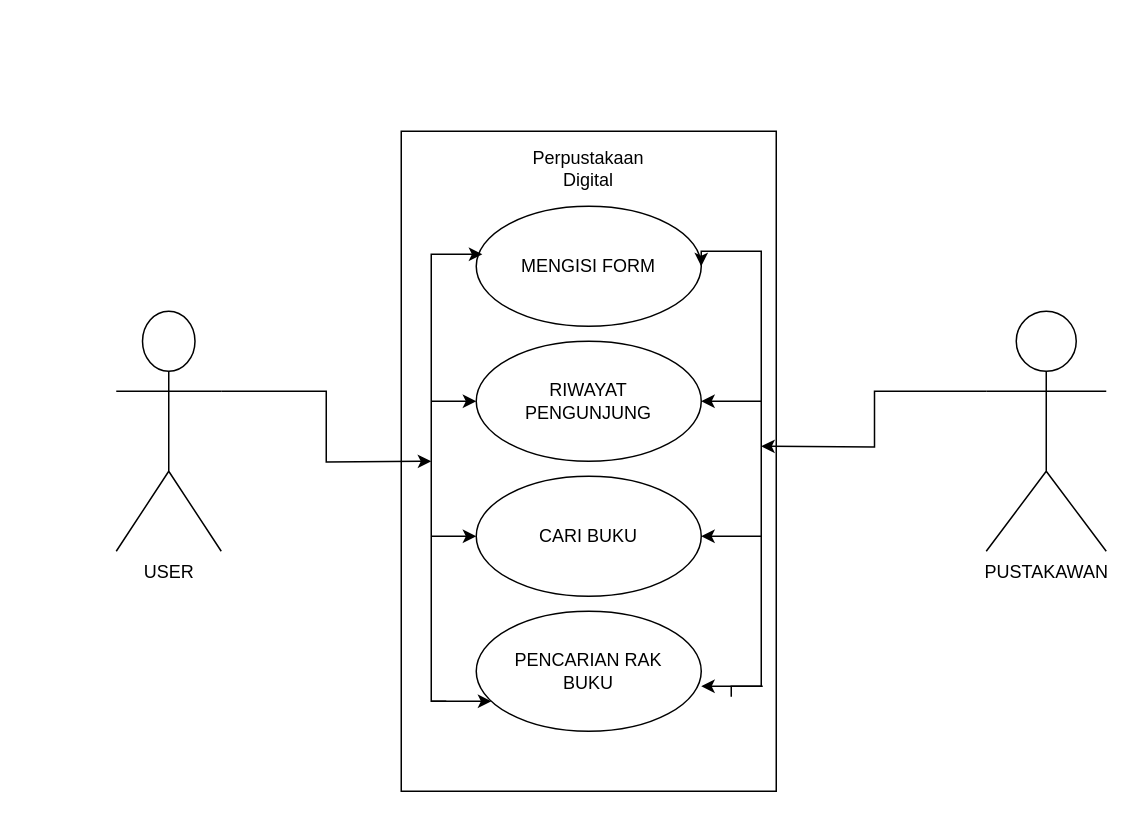
This is Untitled Diagram.drawio from Salsashoupizahra/use-case-perpus-digital, a draw.io file, before an edit. Source tidied: cells renumbered, new cells numbered last; positions are measured from the earlier drawing's top-left corner, leaving out a move shared by most shapes. Both pictures are drawn from the tidied source at 150%, with x=0, y=0 at pixel (116, 130).
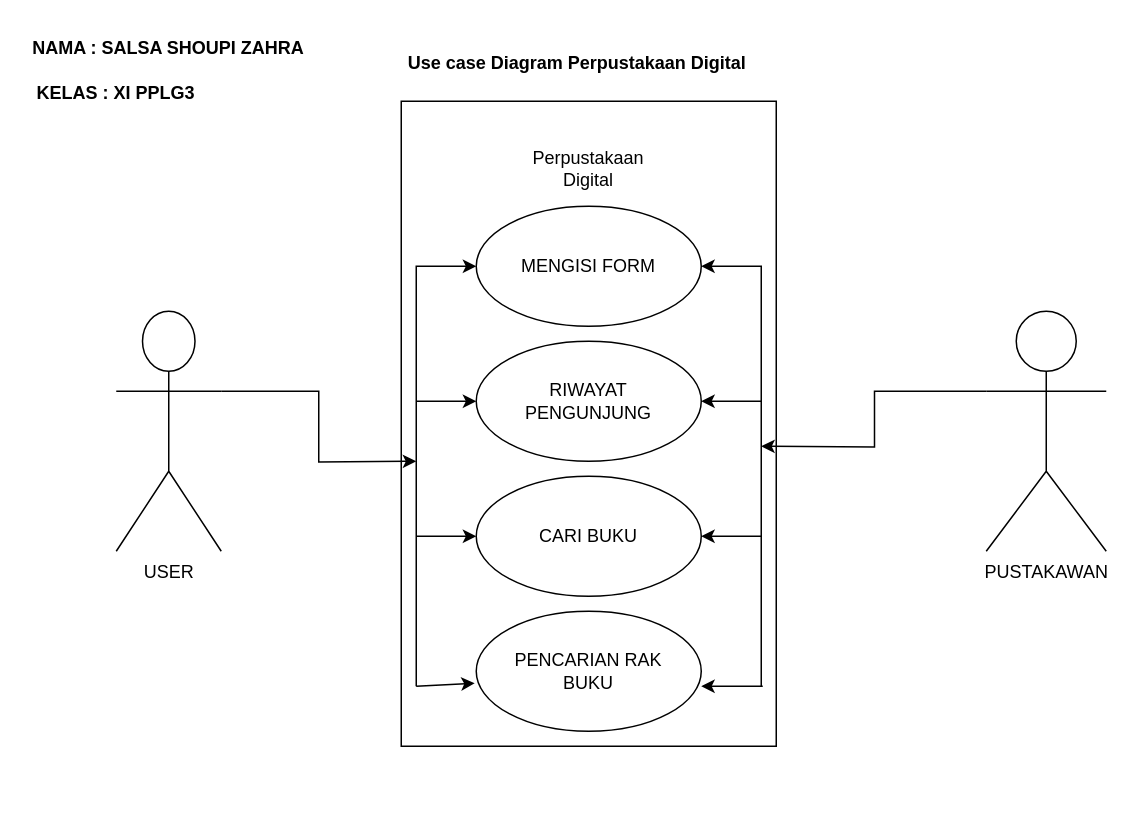
After the change.

Unchanged cells that the change refers to:
```xml
<mxCell id="4" style="ellipse;whiteSpace=wrap;html=1;" parent="1" vertex="1">
  <mxGeometry x="240" y="50" width="150" height="80" as="geometry" />
</mxCell>
<mxCell id="5" style="ellipse;whiteSpace=wrap;html=1;" parent="1" vertex="1">
  <mxGeometry x="240" y="140" width="150" height="80" as="geometry" />
</mxCell>
<mxCell id="6" style="ellipse;whiteSpace=wrap;html=1;" parent="1" vertex="1">
  <mxGeometry x="240" y="230" width="150" height="80" as="geometry" />
</mxCell>
<mxCell id="7" style="ellipse;whiteSpace=wrap;html=1;" parent="1" vertex="1">
  <mxGeometry x="240" y="320" width="150" height="80" as="geometry" />
</mxCell>
<mxCell id="14" value="USER" style="shape=umlActor;verticalLabelPosition=bottom;verticalAlign=top;html=1;outlineConnect=0;" parent="1" vertex="1">
  <mxGeometry y="120" width="70" height="160" as="geometry" />
</mxCell>
```

Diff of the diagram source:
```diff
@@
     <mxCell id="2" style="rounded=0;whiteSpace=wrap;html=1;" parent="1" vertex="1">
-      <mxGeometry x="190" width="250" height="440" as="geometry" />
+      <mxGeometry x="190" y="-20" width="250" height="430" as="geometry" />
     </mxCell>
@@
-    <mxCell id="12" style="endArrow=none;html=1;rounded=0;" parent="1" edge="1" source="2">
-      <mxGeometry relative="1" as="geometry">
-        <mxPoint x="440" y="240" as="targetPoint" />
-      </mxGeometry>
-    </mxCell>
     <mxCell id="13" style="edgeStyle=orthogonalEdgeStyle;rounded=0;jettySize=auto;html=1;exitX=1;exitY=0.3333333333333333;exitDx=0;exitDy=0;exitPerimeter=0;" parent="1" edge="1" source="14">
       <mxGeometry relative="1" as="geometry">
-        <mxPoint x="210" y="220" as="targetPoint" />
+        <mxPoint x="200" y="220" as="targetPoint" />
       </mxGeometry>
     </mxCell>
@@
-    <mxCell id="17" style="edgeStyle=orthogonalEdgeStyle;rounded=0;jettySize=auto;html=1;entryX=0.027;entryY=0.4;entryDx=0;entryDy=0;entryPerimeter=0;" parent="1" edge="1" target="4">
-      <mxGeometry relative="1" as="geometry">
-        <mxPoint x="210" y="380" as="sourcePoint" />
-        <Array as="points">
-          <mxPoint x="220" y="380" />
-          <mxPoint x="210" y="380" />
-          <mxPoint x="210" y="82" />
-        </Array>
-      </mxGeometry>
-    </mxCell>
-    <mxCell id="18" style="endArrow=classic;html=1;rounded=0;entryX=0.067;entryY=0.75;entryDx=0;entryDy=0;entryPerimeter=0;" parent="1" edge="1" target="7">
-      <mxGeometry relative="1" as="geometry">
-        <mxPoint x="210" y="380" as="sourcePoint" />
-        <Array as="points">
-          <mxPoint x="240" y="380" />
-        </Array>
-      </mxGeometry>
-    </mxCell>
-    <mxCell id="19" style="edgeStyle=orthogonalEdgeStyle;rounded=0;jettySize=auto;html=1;entryX=1;entryY=0.5;entryDx=0;entryDy=0;exitX=0.88;exitY=0.857;exitDx=0;exitDy=0;exitPerimeter=0;" parent="1" edge="1" source="2" target="4">
+    <mxCell id="19" style="edgeStyle=orthogonalEdgeStyle;rounded=0;jettySize=auto;html=1;entryX=1;entryY=0.5;entryDx=0;entryDy=0;" parent="1" edge="1" target="4">
       <mxGeometry relative="1" as="geometry">
+        <mxPoint x="430" y="370" as="sourcePoint" />
         <Array as="points">
-          <mxPoint x="430" y="370" />
-          <mxPoint x="430" y="80" />
-          <mxPoint x="390" y="80" />
+          <mxPoint x="430" y="90" />
         </Array>
       </mxGeometry>
     </mxCell>
     <mxCell id="20" style="endArrow=classic;html=1;rounded=0;entryX=0.993;entryY=0.313;entryDx=0;entryDy=0;entryPerimeter=0;elbow=vertical;" parent="1" edge="1">
       <mxGeometry relative="1" as="geometry">
         <mxPoint x="431" y="370" as="sourcePoint" />
         <mxPoint x="390" y="370" as="targetPoint" />
         <Array as="points">
           <mxPoint x="431" y="370" />
-          <mxPoint x="420" y="370" />
         </Array>
       </mxGeometry>
     </mxCell>
-    <mxCell id="21" style="endArrow=classic;html=1;rounded=0;" parent="1" edge="1">
-      <mxGeometry relative="1" as="geometry">
-        <mxPoint x="210" y="180" as="sourcePoint" />
-        <mxPoint x="240" y="180" as="targetPoint" />
-      </mxGeometry>
-    </mxCell>
-    <mxCell id="22" style="endArrow=classic;html=1;rounded=0;entryX=0;entryY=0.5;entryDx=0;entryDy=0;" parent="1" edge="1" target="6">
-      <mxGeometry relative="1" as="geometry">
-        <mxPoint x="210" y="270" as="sourcePoint" />
-      </mxGeometry>
-    </mxCell>
@@
+    <mxCell id="25" value="NAMA : SALSA SHOUPI ZAHRA" style="text;html=1;strokeColor=none;fillColor=none;align=center;verticalAlign=middle;whiteSpace=wrap;rounded=0;fontStyle=1;" parent="1" vertex="1">
+      <mxGeometry x="-60" y="-70" width="190" height="30" as="geometry" />
+    </mxCell>
+    <mxCell id="26" value="KELAS : XI PPLG3" style="text;html=1;strokeColor=none;fillColor=none;align=center;verticalAlign=middle;whiteSpace=wrap;rounded=0;fontStyle=1;" parent="1" vertex="1">
+      <mxGeometry x="-60" y="-40" width="120" height="30" as="geometry" />
+    </mxCell>
+    <mxCell id="27" value="Use case Diagram Perpustakaan Digital" style="text;html=1;strokeColor=none;fillColor=none;align=center;verticalAlign=middle;whiteSpace=wrap;rounded=0;fontStyle=1;" parent="1" vertex="1">
+      <mxGeometry x="190" y="-70" width="235" height="50" as="geometry" />
+    </mxCell>
+    <mxCell id="28" style="edgeStyle=orthogonalEdgeStyle;rounded=0;orthogonalLoop=1;jettySize=auto;html=1;" parent="1" edge="1">
+      <mxGeometry relative="1" as="geometry">
+        <mxPoint x="200" y="370" as="sourcePoint" />
+        <mxPoint x="240" y="90" as="targetPoint" />
+        <Array as="points">
+          <mxPoint x="200" y="90" />
+        </Array>
+      </mxGeometry>
+    </mxCell>
+    <mxCell id="29" style="endArrow=classic;html=1;rounded=0;entryX=-0.007;entryY=0.6;entryDx=0;entryDy=0;entryPerimeter=0;" parent="1" edge="1" target="7">
+      <mxGeometry relative="1" as="geometry">
+        <mxPoint x="200" y="370" as="sourcePoint" />
+      </mxGeometry>
+    </mxCell>
+    <mxCell id="30" style="endArrow=classic;html=1;rounded=0;entryX=0;entryY=0.5;entryDx=0;entryDy=0;" parent="1" edge="1" target="6">
+      <mxGeometry relative="1" as="geometry">
+        <mxPoint x="200" y="270" as="sourcePoint" />
+      </mxGeometry>
+    </mxCell>
+    <mxCell id="31" style="endArrow=classic;html=1;rounded=0;entryX=0;entryY=0.5;entryDx=0;entryDy=0;" parent="1" edge="1" target="5">
+      <mxGeometry relative="1" as="geometry">
+        <mxPoint x="200" y="180" as="sourcePoint" />
+      </mxGeometry>
+    </mxCell>
```
